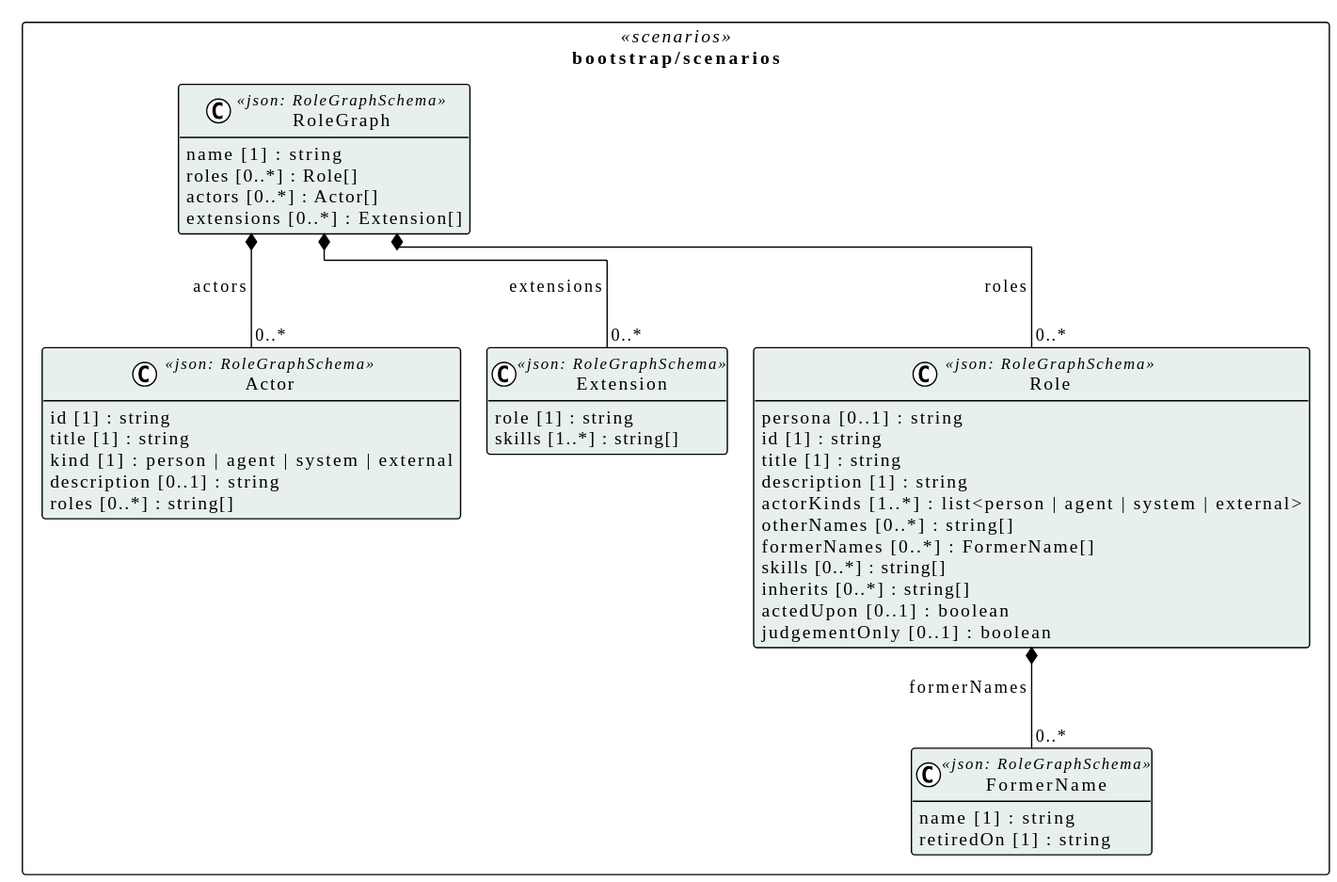
Before: assets/img/uml/overview/bootstrap/scenarios.svg, a diagram exported from PlantUML (litlfred/smart-trust). The source it was exported from:
```plantuml
@startuml
!pragma layout elk
!theme plain
skinparam classAttributeIconSize 0
skinparam shadowing false
skinparam packageStyle rectangle
hide empty methods

package "bootstrap/scenarios" as pkg_bootstrap_scenarios <<scenarios>> {
  class "FormerName" as bootstrap_scenarios_FormerName <<json: RoleGraphSchema>> #e8f0ee {
    name [1] : string
    retiredOn [1] : string
  }
  class "Role" as bootstrap_scenarios_Role <<json: RoleGraphSchema>> #e8f0ee {
    persona [0..1] : string
    id [1] : string
    title [1] : string
    description [1] : string
    actorKinds [1..*] : list<person | agent | system | external>
    otherNames [0..*] : string[]
    formerNames [0..*] : FormerName[]
    skills [0..*] : string[]
    inherits [0..*] : string[]
    actedUpon [0..1] : boolean
    judgementOnly [0..1] : boolean
  }
  class "Actor" as bootstrap_scenarios_Actor <<json: RoleGraphSchema>> #e8f0ee {
    id [1] : string
    title [1] : string
    kind [1] : person | agent | system | external
    description [0..1] : string
    roles [0..*] : string[]
  }
  class "Extension" as bootstrap_scenarios_Extension <<json: RoleGraphSchema>> #e8f0ee {
    role [1] : string
    skills [1..*] : string[]
  }
  class "RoleGraph" as bootstrap_scenarios_RoleGraph <<json: RoleGraphSchema>> #e8f0ee {
    name [1] : string
    roles [0..*] : Role[]
    actors [0..*] : Actor[]
    extensions [0..*] : Extension[]
  }
}

bootstrap_scenarios_Role *-- "0..*" bootstrap_scenarios_FormerName : formerNames
bootstrap_scenarios_RoleGraph *-- "0..*" bootstrap_scenarios_Role : roles
bootstrap_scenarios_RoleGraph *-- "0..*" bootstrap_scenarios_Actor : actors
bootstrap_scenarios_RoleGraph *-- "0..*" bootstrap_scenarios_Extension : extensions
@enduml
```
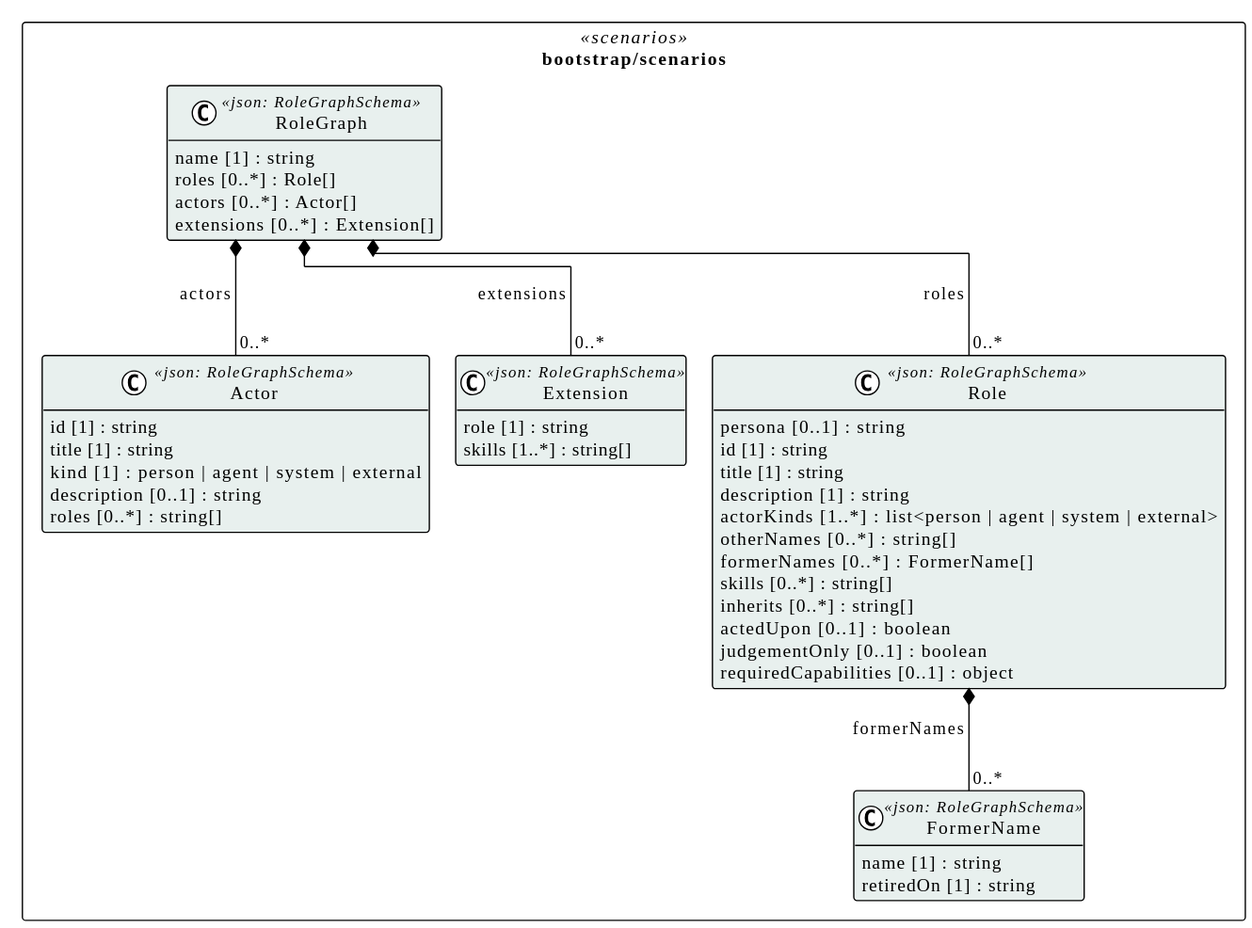
The same diagram one commit later.

Change to the diagram source:
```diff
@@ -23,6 +23,7 @@
     inherits [0..*] : string[]
     actedUpon [0..1] : boolean
     judgementOnly [0..1] : boolean
+    requiredCapabilities [0..1] : object
   }
   class "Actor" as bootstrap_scenarios_Actor <<json: RoleGraphSchema>> #e8f0ee {
     id [1] : string
```
